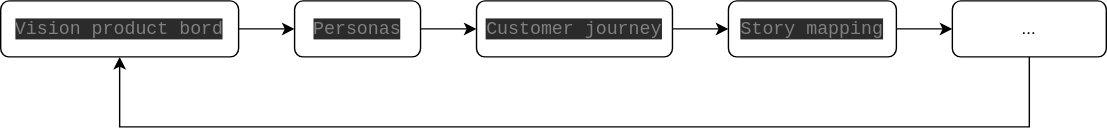
Earlier version of the draw.io export docs/media/SM_tool.svg (avados/trainings). Source tidied: cells renumbered, new cells last; positions are measured from the earlier drawing's top-left corner, leaving out a move shared by most shapes. Its diagram source:
```xml
<mxGraphModel>
  <root>
    <mxCell id="0" />
    <mxCell id="1" parent="0" />
    <mxCell id="2" style="edgeStyle=orthogonalEdgeStyle;rounded=0;jettySize=auto;html=1;" parent="1" edge="1" source="3" target="5">
      <mxGeometry relative="1" as="geometry" />
    </mxCell>
    <mxCell id="3" value="&lt;pre style=&quot;background-color: #2b2b2b ; color: #a9b7c6 ; font-family: &amp;#34;jetbrains mono&amp;#34; , monospace ; font-size: 9.8pt&quot;&gt;&lt;span style=&quot;color: #808080&quot;&gt;Vision product bord&lt;/span&gt;&lt;/pre&gt;" style="rounded=1;whiteSpace=wrap;html=1;" parent="1" vertex="1">
      <mxGeometry width="170" height="40" as="geometry" />
    </mxCell>
    <mxCell id="4" style="edgeStyle=orthogonalEdgeStyle;rounded=0;jettySize=auto;html=1;" parent="1" edge="1" source="5" target="7">
      <mxGeometry relative="1" as="geometry" />
    </mxCell>
    <mxCell id="5" value="&lt;pre style=&quot;background-color: #2b2b2b ; color: #a9b7c6 ; font-family: &amp;quot;jetbrains mono&amp;quot; , monospace ; font-size: 9.8pt&quot;&gt;&lt;span style=&quot;color: #808080&quot;&gt;Personas&lt;/span&gt;&lt;/pre&gt;" style="rounded=1;whiteSpace=wrap;html=1;" parent="1" vertex="1">
      <mxGeometry x="210" width="90" height="40" as="geometry" />
    </mxCell>
    <mxCell id="6" style="edgeStyle=orthogonalEdgeStyle;rounded=0;jettySize=auto;html=1;" parent="1" edge="1" source="7" target="9">
      <mxGeometry relative="1" as="geometry" />
    </mxCell>
    <mxCell id="7" value="&lt;pre style=&quot;background-color: #2b2b2b ; color: #a9b7c6 ; font-family: &amp;quot;jetbrains mono&amp;quot; , monospace ; font-size: 9.8pt&quot;&gt;&lt;span style=&quot;color: #808080&quot;&gt;Customer journey&lt;/span&gt;&lt;/pre&gt;" style="rounded=1;whiteSpace=wrap;html=1;" parent="1" vertex="1">
      <mxGeometry x="340" width="140" height="40" as="geometry" />
    </mxCell>
    <mxCell id="8" style="edgeStyle=orthogonalEdgeStyle;rounded=0;jettySize=auto;html=1;" parent="1" edge="1" source="9" target="11">
      <mxGeometry relative="1" as="geometry" />
    </mxCell>
    <mxCell id="9" value="&lt;pre style=&quot;background-color: #2b2b2b ; color: #a9b7c6 ; font-family: &amp;#34;jetbrains mono&amp;#34; , monospace ; font-size: 9.8pt&quot;&gt;&lt;span style=&quot;color: #808080&quot;&gt;Story mapping&lt;/span&gt;&lt;/pre&gt;" style="rounded=1;whiteSpace=wrap;html=1;" parent="1" vertex="1">
      <mxGeometry x="520" width="120" height="40" as="geometry" />
    </mxCell>
    <mxCell id="10" style="edgeStyle=orthogonalEdgeStyle;rounded=0;jettySize=auto;html=1;" parent="1" edge="1" source="11" target="3">
      <mxGeometry relative="1" as="geometry">
        <Array as="points">
          <mxPoint x="735" y="90" />
          <mxPoint x="85" y="90" />
        </Array>
      </mxGeometry>
    </mxCell>
    <mxCell id="11" value="..." style="rounded=1;whiteSpace=wrap;html=1;" parent="1" vertex="1">
      <mxGeometry x="680" width="110" height="40" as="geometry" />
    </mxCell>
  </root>
</mxGraphModel>
```
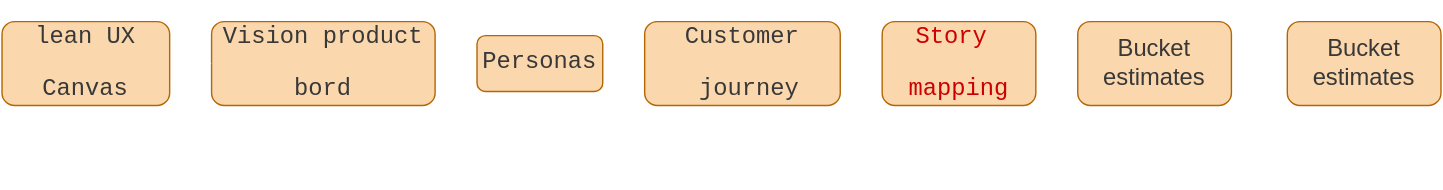
Above is the later version.

What changed in the source:
```diff
@@ -2,40 +2,52 @@
   <root>
     <mxCell id="0" />
     <mxCell id="1" parent="0" />
-    <mxCell id="2" style="edgeStyle=orthogonalEdgeStyle;rounded=0;jettySize=auto;html=1;" parent="1" edge="1" source="3" target="5">
+    <mxCell id="2" style="edgeStyle=orthogonalEdgeStyle;rounded=0;jettySize=auto;html=1;labelBackgroundColor=none;fontColor=#383838;strokeWidth=5;strokeColor=#FFFFFF;" parent="1" edge="1" source="3" target="5">
       <mxGeometry relative="1" as="geometry" />
     </mxCell>
-    <mxCell id="3" value="&lt;pre style=&quot;background-color: #2b2b2b ; color: #a9b7c6 ; font-family: &amp;#34;jetbrains mono&amp;#34; , monospace ; font-size: 9.8pt&quot;&gt;&lt;span style=&quot;color: #808080&quot;&gt;Vision product bord&lt;/span&gt;&lt;/pre&gt;" style="rounded=1;whiteSpace=wrap;html=1;" parent="1" vertex="1">
-      <mxGeometry width="170" height="40" as="geometry" />
+    <mxCell id="3" value="&lt;pre style=&quot;font-family: &amp;quot;jetbrains mono&amp;quot; , monospace ; font-size: 17px&quot;&gt;&lt;span style=&quot;font-size: 17px&quot;&gt;Vision product&lt;/span&gt;&lt;/pre&gt;&lt;pre style=&quot;font-family: &amp;quot;jetbrains mono&amp;quot; , monospace ; font-size: 17px&quot;&gt;&lt;span style=&quot;font-size: 17px&quot;&gt;bord&lt;/span&gt;&lt;/pre&gt;" style="rounded=1;whiteSpace=wrap;html=1;strokeColor=#b46504;fillColor=#fad7ac;labelBackgroundColor=none;fontSize=17;fontColor=#383838;" parent="1" vertex="1">
+      <mxGeometry x="-10" y="-20" width="160" height="60" as="geometry" />
     </mxCell>
-    <mxCell id="4" style="edgeStyle=orthogonalEdgeStyle;rounded=0;jettySize=auto;html=1;" parent="1" edge="1" source="5" target="7">
+    <mxCell id="4" style="edgeStyle=orthogonalEdgeStyle;rounded=0;jettySize=auto;html=1;labelBackgroundColor=none;fontColor=#383838;strokeWidth=5;strokeColor=#FFFFFF;" parent="1" edge="1" source="5" target="7">
       <mxGeometry relative="1" as="geometry" />
     </mxCell>
-    <mxCell id="5" value="&lt;pre style=&quot;background-color: #2b2b2b ; color: #a9b7c6 ; font-family: &amp;quot;jetbrains mono&amp;quot; , monospace ; font-size: 9.8pt&quot;&gt;&lt;span style=&quot;color: #808080&quot;&gt;Personas&lt;/span&gt;&lt;/pre&gt;" style="rounded=1;whiteSpace=wrap;html=1;" parent="1" vertex="1">
-      <mxGeometry x="210" width="90" height="40" as="geometry" />
+    <mxCell id="5" value="&lt;pre style=&quot;font-family: &amp;quot;jetbrains mono&amp;quot;, monospace; font-size: 17px;&quot;&gt;&lt;span style=&quot;font-size: 17px;&quot;&gt;Personas&lt;/span&gt;&lt;/pre&gt;" style="rounded=1;whiteSpace=wrap;html=1;strokeColor=#b46504;fillColor=#fad7ac;labelBackgroundColor=none;fontSize=17;fontColor=#383838;" parent="1" vertex="1">
+      <mxGeometry x="180" y="-10" width="90" height="40" as="geometry" />
     </mxCell>
-    <mxCell id="6" style="edgeStyle=orthogonalEdgeStyle;rounded=0;jettySize=auto;html=1;" parent="1" edge="1" source="7" target="9">
+    <mxCell id="6" style="edgeStyle=orthogonalEdgeStyle;rounded=0;jettySize=auto;html=1;labelBackgroundColor=none;strokeWidth=5;strokeColor=#FFFFFF;" parent="1" edge="1" source="7" target="9">
       <mxGeometry relative="1" as="geometry" />
     </mxCell>
-    <mxCell id="7" value="&lt;pre style=&quot;background-color: #2b2b2b ; color: #a9b7c6 ; font-family: &amp;quot;jetbrains mono&amp;quot; , monospace ; font-size: 9.8pt&quot;&gt;&lt;span style=&quot;color: #808080&quot;&gt;Customer journey&lt;/span&gt;&lt;/pre&gt;" style="rounded=1;whiteSpace=wrap;html=1;" parent="1" vertex="1">
-      <mxGeometry x="340" width="140" height="40" as="geometry" />
+    <mxCell id="7" value="&lt;pre style=&quot;font-family: &amp;quot;jetbrains mono&amp;quot; , monospace ; font-size: 17px&quot;&gt;&lt;span style=&quot;font-size: 17px&quot;&gt;Customer&lt;/span&gt;&lt;/pre&gt;&lt;pre style=&quot;font-family: &amp;quot;jetbrains mono&amp;quot; , monospace ; font-size: 17px&quot;&gt;&lt;span style=&quot;font-size: 17px&quot;&gt; journey&lt;/span&gt;&lt;/pre&gt;" style="rounded=1;whiteSpace=wrap;html=1;strokeColor=#b46504;fillColor=#fad7ac;labelBackgroundColor=none;fontSize=17;fontColor=#383838;" parent="1" vertex="1">
+      <mxGeometry x="300" y="-20" width="140" height="60" as="geometry" />
     </mxCell>
-    <mxCell id="8" style="edgeStyle=orthogonalEdgeStyle;rounded=0;jettySize=auto;html=1;" parent="1" edge="1" source="9" target="11">
+    <mxCell id="8" style="edgeStyle=orthogonalEdgeStyle;rounded=0;jettySize=auto;html=1;labelBackgroundColor=none;strokeWidth=5;strokeColor=#FFFFFF;" parent="1" edge="1" source="9" target="11">
       <mxGeometry relative="1" as="geometry" />
     </mxCell>
-    <mxCell id="9" value="&lt;pre style=&quot;background-color: #2b2b2b ; color: #a9b7c6 ; font-family: &amp;#34;jetbrains mono&amp;#34; , monospace ; font-size: 9.8pt&quot;&gt;&lt;span style=&quot;color: #808080&quot;&gt;Story mapping&lt;/span&gt;&lt;/pre&gt;" style="rounded=1;whiteSpace=wrap;html=1;" parent="1" vertex="1">
-      <mxGeometry x="520" width="120" height="40" as="geometry" />
+    <mxCell id="9" value="&lt;pre style=&quot;font-family: &amp;quot;jetbrains mono&amp;quot; , monospace ; font-size: 17px&quot;&gt;&lt;span style=&quot;font-size: 17px&quot;&gt;&lt;font color=&quot;#cc0000&quot;&gt;Story &lt;/font&gt;&lt;/span&gt;&lt;/pre&gt;&lt;pre style=&quot;font-family: &amp;quot;jetbrains mono&amp;quot; , monospace ; font-size: 17px&quot;&gt;&lt;span style=&quot;font-size: 17px&quot;&gt;&lt;font color=&quot;#cc0000&quot;&gt;mapping&lt;/font&gt;&lt;/span&gt;&lt;/pre&gt;" style="rounded=1;whiteSpace=wrap;html=1;strokeColor=#b46504;fillColor=#fad7ac;labelBackgroundColor=none;fontSize=17;fontColor=#000000;align=center;verticalAlign=middle;" parent="1" vertex="1">
+      <mxGeometry x="470" y="-20" width="110" height="60" as="geometry" />
     </mxCell>
-    <mxCell id="10" style="edgeStyle=orthogonalEdgeStyle;rounded=0;jettySize=auto;html=1;" parent="1" edge="1" source="11" target="3">
+    <mxCell id="10" style="edgeStyle=orthogonalEdgeStyle;rounded=0;jettySize=auto;html=1;entryX=0.5;entryY=1;entryDx=0;entryDy=0;labelBackgroundColor=none;exitX=0.5;exitY=1;exitDx=0;exitDy=0;strokeWidth=5;strokeColor=#FFFFFF;" parent="1" edge="1" source="15" target="14">
       <mxGeometry relative="1" as="geometry">
         <Array as="points">
-          <mxPoint x="735" y="90" />
-          <mxPoint x="85" y="90" />
+          <mxPoint x="815" y="90" />
+          <mxPoint x="-100" y="90" />
         </Array>
       </mxGeometry>
     </mxCell>
+    <mxCell id="12" style="edgeStyle=orthogonalEdgeStyle;rounded=0;jettySize=auto;html=1;labelBackgroundColor=none;fontSize=17;fontColor=#383838;strokeWidth=5;strokeColor=#FFFFFF;" parent="1" edge="1" source="11" target="15">
+      <mxGeometry relative="1" as="geometry" />
+    </mxCell>
-    <mxCell id="11" value="..." style="rounded=1;whiteSpace=wrap;html=1;" parent="1" vertex="1">
-      <mxGeometry x="680" width="110" height="40" as="geometry" />
+    <mxCell id="11" value="Bucket estimates" style="rounded=1;whiteSpace=wrap;html=1;strokeColor=#b46504;fillColor=#fad7ac;fontSize=17;align=center;fontColor=#383838;" parent="1" vertex="1">
+      <mxGeometry x="610" y="-20" width="110" height="60" as="geometry" />
     </mxCell>
+    <mxCell id="13" style="edgeStyle=orthogonalEdgeStyle;rounded=0;jettySize=auto;html=1;entryX=0;entryY=0.5;entryDx=0;entryDy=0;labelBackgroundColor=none;fontColor=#383838;strokeWidth=5;strokeColor=#FFFFFF;" parent="1" edge="1" source="14" target="3">
+      <mxGeometry relative="1" as="geometry" />
+    </mxCell>
+    <mxCell id="14" value="&lt;pre style=&quot;font-family: &amp;quot;jetbrains mono&amp;quot; , monospace ; font-size: 17px&quot;&gt;&lt;span style=&quot;font-size: 17px&quot;&gt;lean UX&lt;/span&gt;&lt;/pre&gt;&lt;pre style=&quot;font-family: &amp;quot;jetbrains mono&amp;quot; , monospace ; font-size: 17px&quot;&gt;&lt;span style=&quot;font-size: 17px&quot;&gt;Canvas&lt;/span&gt;&lt;/pre&gt;" style="rounded=1;whiteSpace=wrap;html=1;fillColor=#fad7ac;strokeColor=#b46504;labelBackgroundColor=none;fontSize=17;verticalAlign=middle;align=center;fontColor=#383838;" parent="1" vertex="1">
+      <mxGeometry x="-160" y="-20" width="120" height="60" as="geometry" />
+    </mxCell>
+    <mxCell id="15" value="Bucket estimates" style="rounded=1;whiteSpace=wrap;html=1;strokeColor=#b46504;fillColor=#fad7ac;fontSize=17;align=center;fontColor=#383838;" parent="1" vertex="1">
+      <mxGeometry x="760" y="-20" width="110" height="60" as="geometry" />
+    </mxCell>
   </root>
 </mxGraphModel>
```
